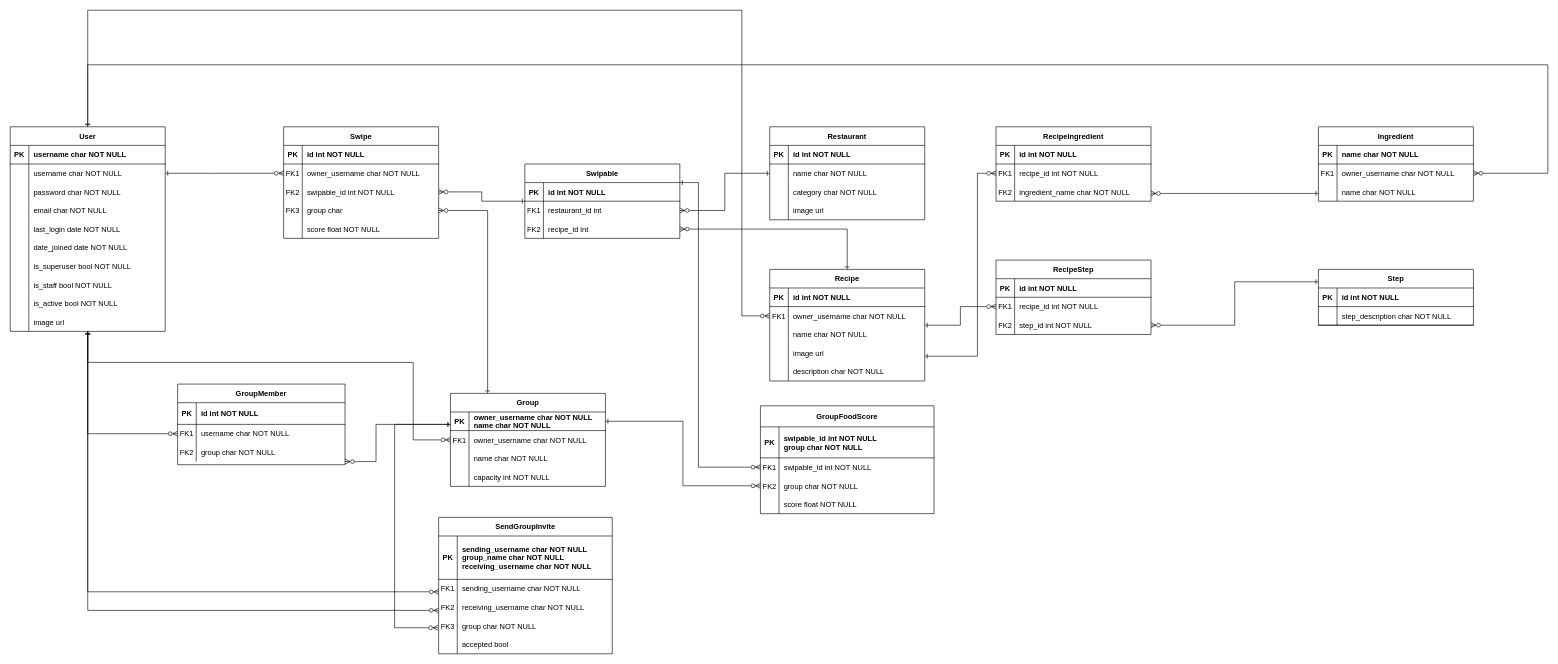
This is grubflow-db.drawio from grubflow/diagrams, a draw.io file, before an edit. Source tidied: cells renumbered, new cells numbered last; positions are measured from the earlier drawing's top-left corner, leaving out a move shared by most shapes. Both pictures are drawn from the tidied source at 62%, with x=0, y=0 at pixel (10, 10).
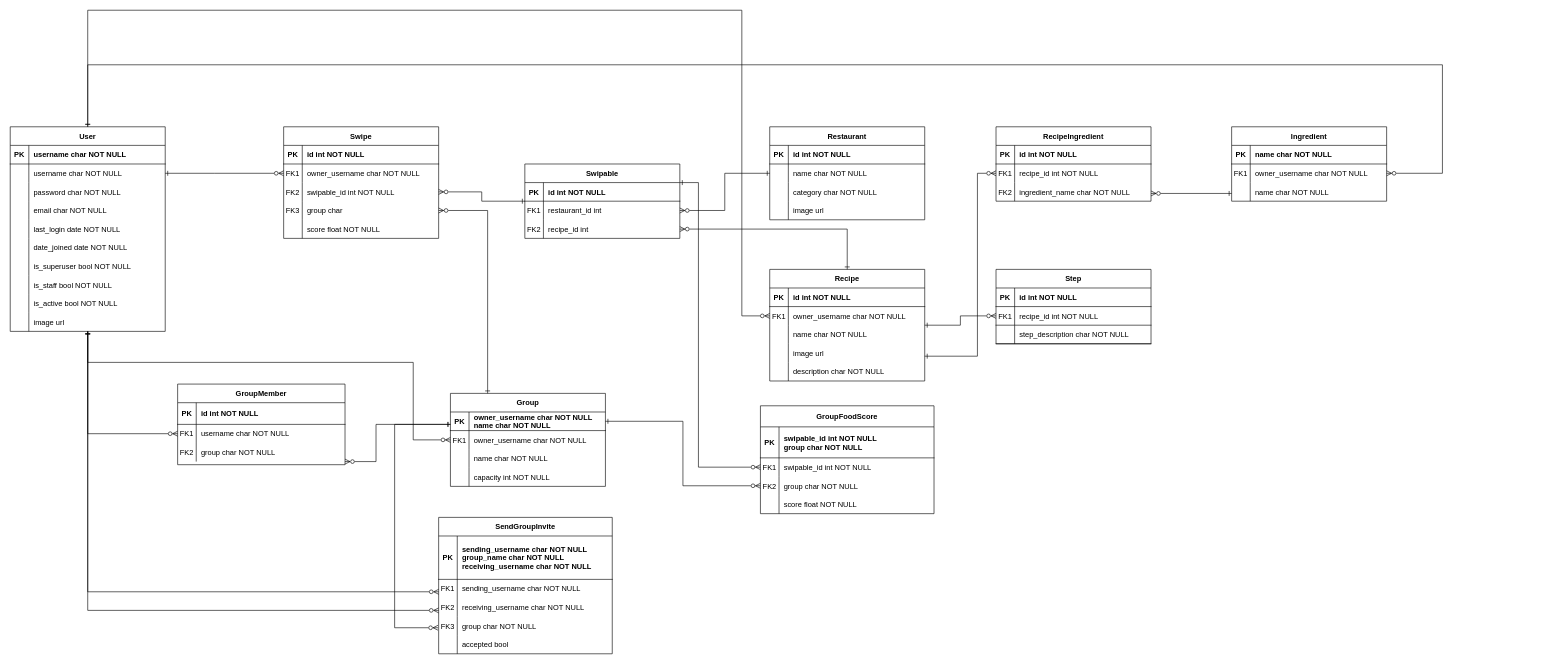
The same diagram, later.

The change refers to these unchanged cells:
```xml
<mxCell id="2" value="User" style="shape=table;startSize=30;childLayout=tableLayout;rowLines=0;fontStyle=1;align=center;gradientColor=none;" parent="1" vertex="1">
  <mxGeometry y="188" width="250" height="330" as="geometry" />
</mxCell>
<mxCell id="131" value="Recipe" style="shape=table;startSize=30;childLayout=tableLayout;rowLines=0;fontStyle=1;align=center;gradientColor=none;" parent="1" vertex="1">
  <mxGeometry x="1225" y="418" width="250" height="180" as="geometry" />
</mxCell>
<mxCell id="151" style="shape=partialRectangle;fillColor=none;points=[[0,0.5],[1,0.5]];portConstraint=eastwest;top=0;left=0;right=0;bottom=0;" parent="147" vertex="1">
  <mxGeometry y="60" width="250" height="30" as="geometry" />
</mxCell>
```

What changed in the source:
```diff
@@
     <mxCell id="147" value="Ingredient" style="shape=table;startSize=30;childLayout=tableLayout;rowLines=0;fontStyle=1;align=center;gradientColor=none;" parent="1" vertex="1">
-      <mxGeometry x="2110" y="188" width="250" height="120" as="geometry" />
+      <mxGeometry x="1970" y="188" width="250" height="120" as="geometry" />
     </mxCell>
@@
     <mxCell id="157" value="Step" style="shape=table;startSize=30;childLayout=tableLayout;rowLines=0;fontStyle=1;align=center;gradientColor=none;" parent="1" vertex="1">
-      <mxGeometry x="2110" y="418" width="250" height="90" as="geometry" />
+      <mxGeometry x="1590" y="418" width="250" height="120" as="geometry" />
     </mxCell>
@@
+    <mxCell id="199" style="shape=partialRectangle;fillColor=none;points=[[0,0.5],[1,0.5]];portConstraint=eastwest;top=0;left=0;right=0;bottom=1;" parent="157" vertex="1">
+      <mxGeometry y="60" width="250" height="30" as="geometry" />
+    </mxCell>
+    <mxCell id="180" value="FK1" style="shape=partialRectangle;overflow=hidden;fillColor=none;top=0;left=0;bottom=0;right=0;fontStyle=0;" parent="199" vertex="1">
+      <mxGeometry width="30" height="30" as="geometry" />
+    </mxCell>
+    <mxCell id="181" value="recipe_id int NOT NULL" style="shape=partialRectangle;overflow=hidden;fillColor=none;top=0;left=0;bottom=0;right=0;align=left;spacingLeft=6;fontStyle=0;" parent="199" vertex="1">
+      <mxGeometry x="30" width="220" height="30" as="geometry" />
+    </mxCell>
     <mxCell id="161" style="shape=partialRectangle;fillColor=none;top=0;left=0;right=0;bottom=1;" parent="157" vertex="1">
-      <mxGeometry y="60" width="250" height="30" as="geometry" />
+      <mxGeometry y="90" width="250" height="30" as="geometry" />
     </mxCell>
@@
-    <mxCell id="175" value="RecipeStep" style="shape=table;startSize=30;childLayout=tableLayout;rowLines=0;fontStyle=1;align=center;gradientColor=none;" parent="1" vertex="1">
-      <mxGeometry x="1590" y="403" width="250" height="120" as="geometry" />
-    </mxCell>
-    <mxCell id="176" style="shape=partialRectangle;fillColor=none;top=0;left=0;right=0;bottom=1;" parent="175" vertex="1">
-      <mxGeometry y="30" width="250" height="30" as="geometry" />
-    </mxCell>
-    <mxCell id="177" value="PK" style="shape=partialRectangle;overflow=hidden;fillColor=none;top=0;left=0;bottom=0;right=0;fontStyle=1;" parent="176" vertex="1">
-      <mxGeometry width="30" height="30" as="geometry" />
-    </mxCell>
-    <mxCell id="178" value="id int NOT NULL" style="shape=partialRectangle;overflow=hidden;fillColor=none;top=0;left=0;bottom=0;right=0;align=left;spacingLeft=6;fontStyle=1;" parent="176" vertex="1">
-      <mxGeometry x="30" width="220" height="30" as="geometry" />
-    </mxCell>
-    <mxCell id="179" style="shape=partialRectangle;fillColor=none;points=[[0,0.5],[1,0.5]];portConstraint=eastwest;top=0;left=0;right=0;bottom=0;" parent="175" vertex="1">
-      <mxGeometry y="60" width="250" height="30" as="geometry" />
-    </mxCell>
-    <mxCell id="180" value="FK1" style="shape=partialRectangle;overflow=hidden;fillColor=none;top=0;left=0;bottom=0;right=0;" parent="179" vertex="1">
-      <mxGeometry width="30" height="30" as="geometry" />
-    </mxCell>
-    <mxCell id="181" value="recipe_id int NOT NULL" style="shape=partialRectangle;overflow=hidden;fillColor=none;top=0;left=0;bottom=0;right=0;align=left;spacingLeft=6;" parent="179" vertex="1">
-      <mxGeometry x="30" width="220" height="30" as="geometry" />
-    </mxCell>
-    <mxCell id="182" style="shape=partialRectangle;fillColor=none;points=[[0,0.5],[1,0.5]];portConstraint=eastwest;top=0;left=0;right=0;bottom=0;" parent="175" vertex="1">
-      <mxGeometry y="90" width="250" height="30" as="geometry" />
-    </mxCell>
-    <mxCell id="183" value="FK2" style="shape=partialRectangle;overflow=hidden;fillColor=none;top=0;left=0;bottom=0;right=0;" parent="182" vertex="1">
-      <mxGeometry width="30" height="30" as="geometry" />
-    </mxCell>
-    <mxCell id="184" value="step_id int NOT NULL" style="shape=partialRectangle;overflow=hidden;fillColor=none;top=0;left=0;bottom=0;right=0;align=left;spacingLeft=6;" parent="182" vertex="1">
-      <mxGeometry x="30" width="220" height="30" as="geometry" />
-    </mxCell>
@@
-    <mxCell id="186" style="edgeStyle=orthogonalEdgeStyle;rounded=0;jettySize=auto;html=1;exitX=1;exitY=0.5;exitDx=0;exitDy=0;startArrow=ERzeroToMany;startFill=0;endArrow=ERone;endFill=0;" parent="1" edge="1" source="182" target="157">
-      <mxGeometry relative="1" as="geometry">
-        <Array as="points">
-          <mxPoint x="1975" y="508" />
-          <mxPoint x="1975" y="438" />
-        </Array>
-      </mxGeometry>
-    </mxCell>
     <mxCell id="187" style="edgeStyle=orthogonalEdgeStyle;rounded=0;jettySize=auto;html=1;exitX=1;exitY=0.5;exitDx=0;exitDy=0;startArrow=ERzeroToMany;startFill=0;endArrow=ERone;endFill=0;" parent="1" edge="1" source="151" target="2">
       <mxGeometry relative="1" as="geometry">
         <Array as="points">
-          <mxPoint x="2480" y="263" />
-          <mxPoint x="2480" y="88" />
+          <mxPoint x="2310" y="263" />
+          <mxPoint x="2310" y="88" />
           <mxPoint x="125" y="88" />
         </Array>
       </mxGeometry>
     </mxCell>
@@
-    <mxCell id="193" style="edgeStyle=orthogonalEdgeStyle;rounded=0;jettySize=auto;html=1;exitX=0;exitY=0.5;exitDx=0;exitDy=0;startArrow=ERzeroToMany;startFill=0;endArrow=ERone;endFill=0;" parent="1" edge="1" source="179" target="131">
-      <mxGeometry relative="1" as="geometry" />
-    </mxCell>
@@
+    <mxCell id="200" style="edgeStyle=orthogonalEdgeStyle;rounded=0;jettySize=auto;html=1;exitX=0;exitY=0.5;exitDx=0;exitDy=0;startArrow=ERzeroToMany;startFill=0;endArrow=ERone;endFill=0;" parent="1" edge="1" target="131">
+      <mxGeometry relative="1" as="geometry">
+        <Array as="points">
+          <mxPoint x="1510" y="523" />
+          <mxPoint x="1510" y="523" />
+        </Array>
+      </mxGeometry>
+    </mxCell>
+    <mxCell id="201" style="edgeStyle=orthogonalEdgeStyle;rounded=0;jettySize=auto;html=1;exitX=0;exitY=0.5;exitDx=0;exitDy=0;startArrow=ERzeroToMany;startFill=0;endArrow=ERone;endFill=0;" parent="1" edge="1" source="199" target="131">
+      <mxGeometry relative="1" as="geometry" />
+    </mxCell>
```
